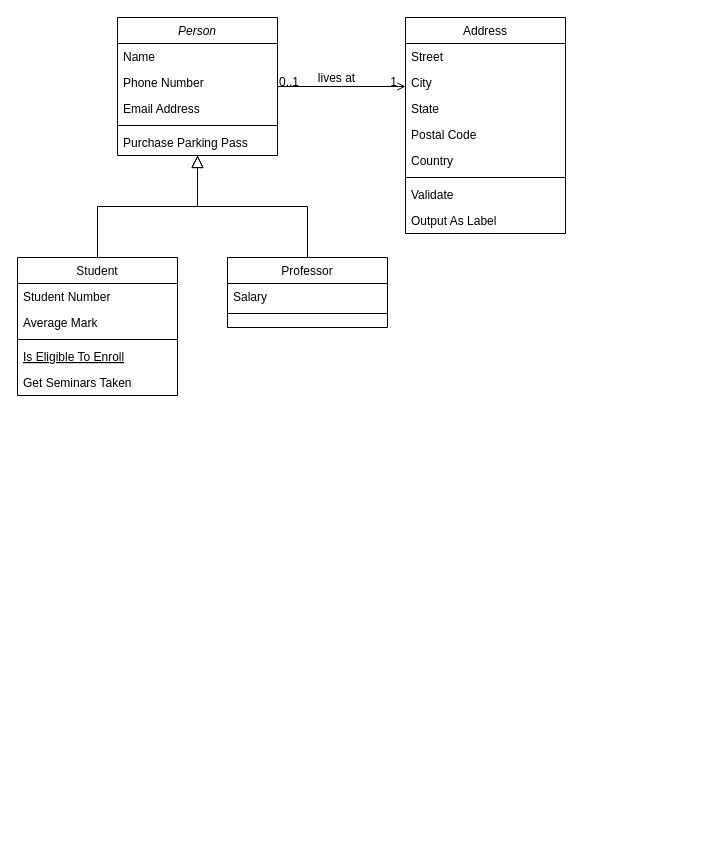
StormPhoenix/Diagrams keeps this draw.io diagram as Prefabricator.drawio. Above is the earlier version. Source tidied: cells renumbered, new cells numbered last; positions are measured from the earlier drawing's top-left corner, leaving out a move shared by most shapes. Both pictures are drawn from the tidied source at 100%, with x=0, y=0 at pixel (17, 17).
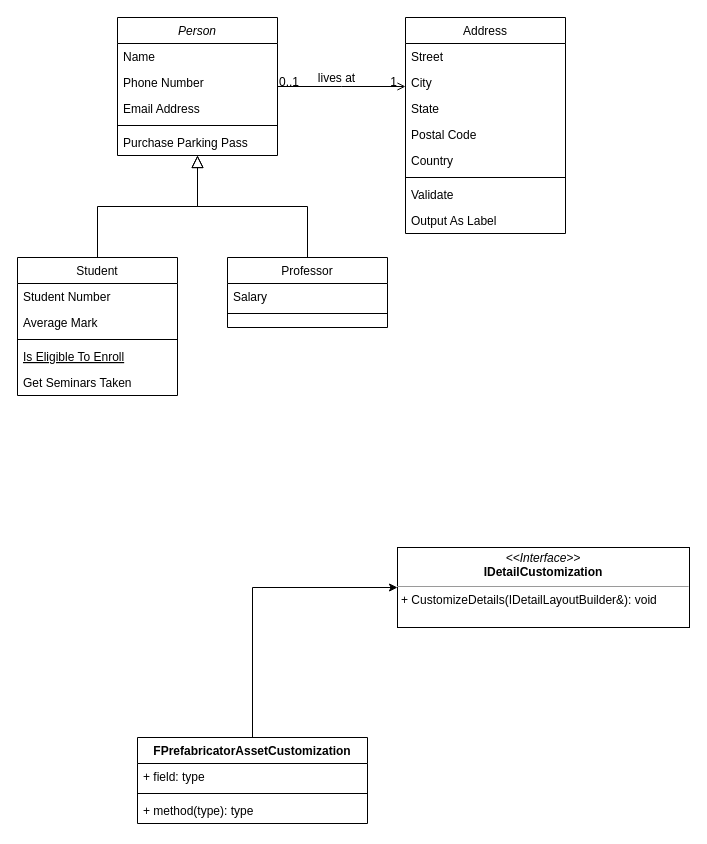
The same page after the edit.

The edit, as a diff of the source:
```diff
@@
+    <mxCell id="32" style="edgeStyle=orthogonalEdgeStyle;rounded=0;jettySize=auto;html=1;exitX=0.5;exitY=0;exitDx=0;exitDy=0;entryX=0;entryY=0.5;entryDx=0;entryDy=0;" parent="1" edge="1" source="33" target="37">
+      <mxGeometry relative="1" as="geometry" />
+    </mxCell>
+    <mxCell id="33" value="FPrefabricatorAssetCustomization" style="swimlane;fontStyle=1;align=center;verticalAlign=top;horizontal=1;startSize=26;" parent="1" vertex="1">
+      <mxGeometry x="120" y="720" width="230" height="86" as="geometry" />
+    </mxCell>
+    <mxCell id="34" value="+ field: type" style="text;strokeColor=none;fillColor=none;align=left;verticalAlign=top;spacingLeft=4;spacingRight=4;overflow=hidden;" parent="33" vertex="1">
+      <mxGeometry y="26" width="230" height="26" as="geometry" />
+    </mxCell>
+    <mxCell id="35" style="line;strokeWidth=1;fillColor=none;align=left;verticalAlign=middle;spacingTop=-1;spacingLeft=3;spacingRight=3;labelPosition=right;strokeColor=inherit;" parent="33" vertex="1">
+      <mxGeometry y="52" width="230" height="8" as="geometry" />
+    </mxCell>
+    <mxCell id="36" value="+ method(type): type" style="text;strokeColor=none;fillColor=none;align=left;verticalAlign=top;spacingLeft=4;spacingRight=4;overflow=hidden;" parent="33" vertex="1">
+      <mxGeometry y="60" width="230" height="26" as="geometry" />
+    </mxCell>
+    <mxCell id="37" value="&lt;p style=&quot;margin:0px;margin-top:4px;text-align:center;&quot;&gt;&lt;i&gt;&amp;lt;&amp;lt;Interface&amp;gt;&amp;gt;&lt;/i&gt;&lt;br&gt;&lt;b&gt;IDetailCustomization&lt;/b&gt;&lt;/p&gt;&lt;hr size=&quot;1&quot;&gt;&lt;p style=&quot;margin:0px;margin-left:4px;&quot;&gt;+ CustomizeDetails(IDetailLayoutBuilder&amp;amp;): void&lt;br&gt;&lt;/p&gt;" style="verticalAlign=top;align=left;overflow=fill;fontSize=12;fontFamily=Helvetica;html=1;" parent="1" vertex="1">
+      <mxGeometry x="380" y="530" width="292" height="80" as="geometry" />
+    </mxCell>
```
